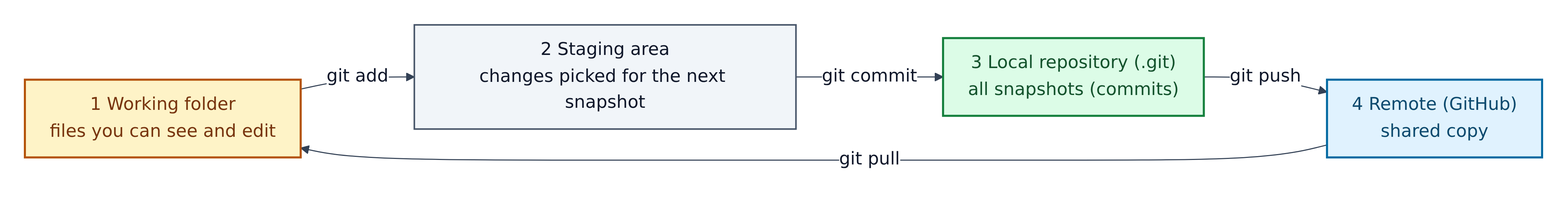
Earlier version of the Mermaid export guide/images/03-2-three-places.png (GibbonGambits/PGE-PBIP-Template). Its source is kept beside it as guide/images/src/03-2-three-places.mmd. The source it was exported from:
```mermaid
flowchart LR
  WD["1 Working folder<br/>files you can see and edit"]:::a
  ST["2 Staging area<br/>changes picked for the next snapshot"]:::n
  RP["3 Local repository (.git)<br/>all snapshots (commits)"]:::g
  RM["4 Remote (GitHub)<br/>shared copy"]:::ext
  WD -- "git add" --> ST
  ST -- "git commit" --> RP
  RP -- "git push" --> RM
  RM -- "git pull" --> WD
```
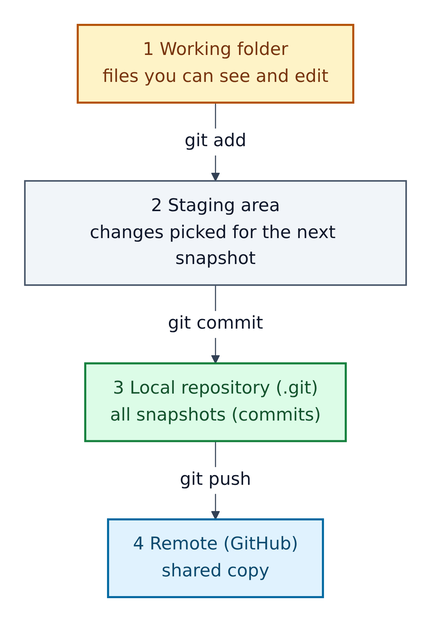
The same diagram one commit later.

Diff of the diagram source:
```diff
@@ -1,4 +1,4 @@
-flowchart LR
+flowchart TB
   WD["1 Working folder<br/>files you can see and edit"]:::a
   ST["2 Staging area<br/>changes picked for the next snapshot"]:::n
   RP["3 Local repository (.git)<br/>all snapshots (commits)"]:::g
@@ -6,4 +6,3 @@
   WD -- "git add" --> ST
   ST -- "git commit" --> RP
   RP -- "git push" --> RM
-  RM -- "git pull" --> WD
```
